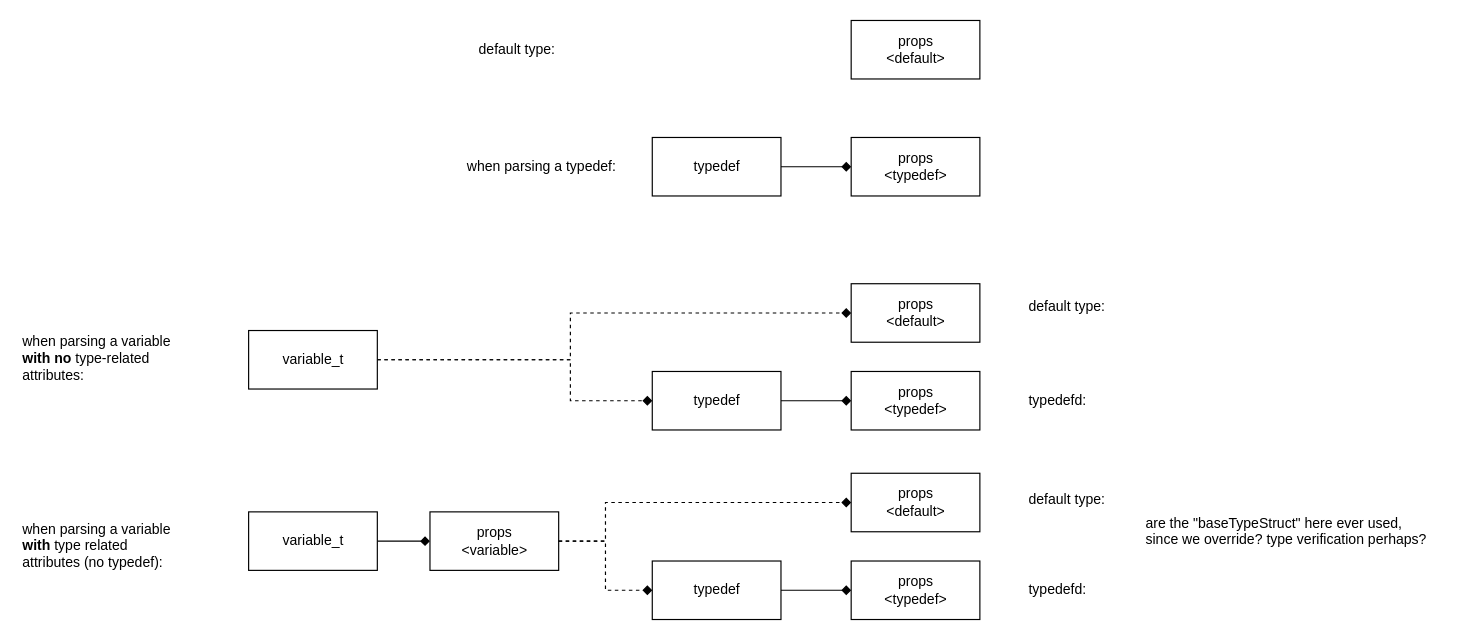
This is page "Page-4" (4 of 4) of dev/diagrams/diagrams.drawio from modelon-community/fmi-library, a draw.io file, before an edit. Source tidied: cells renumbered, new cells numbered last; positions are measured from the earlier drawing's top-left corner, leaving out a move shared by most shapes. Both pictures are drawn from the tidied source at 117%, with x=0, y=0 at pixel (20, 20).
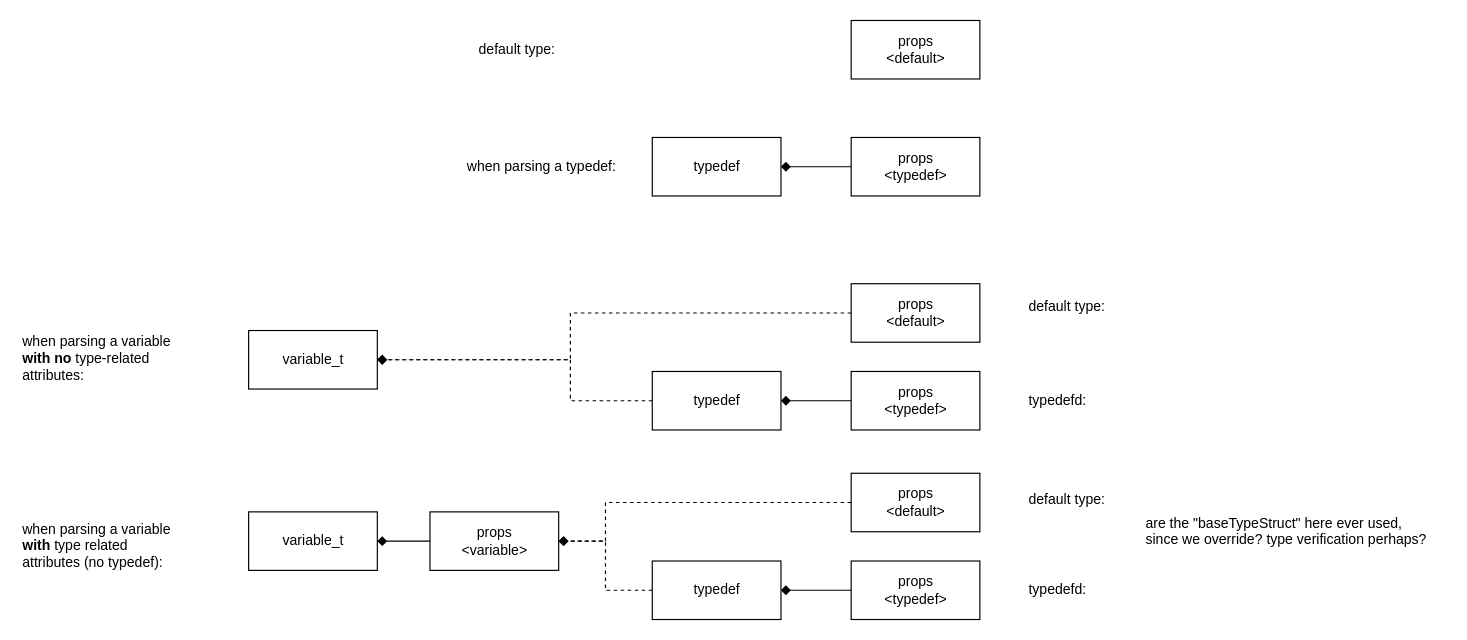
After the change.

Unchanged cells that the change refers to:
```xml
<mxCell id="3" value="&lt;span style=&quot;text-align: left&quot;&gt;typedef&lt;/span&gt;" style="html=1;" parent="1" vertex="1">
  <mxGeometry x="540" y="100" width="110" height="50" as="geometry" />
</mxCell>
<mxCell id="4" value="&lt;div&gt;&lt;span&gt;props&lt;/span&gt;&lt;/div&gt;&lt;div&gt;&lt;span&gt;&amp;lt;typedef&amp;gt;&lt;/span&gt;&lt;/div&gt;" style="html=1;align=center;" parent="1" vertex="1">
  <mxGeometry x="710" y="100" width="110" height="50" as="geometry" />
</mxCell>
<mxCell id="8" value="&lt;div&gt;&lt;span&gt;props&lt;/span&gt;&lt;/div&gt;&lt;div&gt;&lt;span&gt;&amp;lt;default&amp;gt;&lt;/span&gt;&lt;/div&gt;" style="html=1;align=center;" parent="1" vertex="1">
  <mxGeometry x="710" y="225" width="110" height="50" as="geometry" />
</mxCell>
<mxCell id="12" value="&lt;span style=&quot;text-align: left&quot;&gt;variable_t&lt;/span&gt;" style="html=1;" parent="1" vertex="1">
  <mxGeometry x="195" y="420" width="110" height="50" as="geometry" />
</mxCell>
<mxCell id="13" value="&lt;div&gt;&lt;span&gt;props&lt;/span&gt;&lt;/div&gt;&lt;div&gt;&lt;span&gt;&amp;lt;variable&amp;gt;&lt;/span&gt;&lt;/div&gt;" style="html=1;align=center;" parent="1" vertex="1">
  <mxGeometry x="350" y="420" width="110" height="50" as="geometry" />
</mxCell>
<mxCell id="17" value="&lt;span style=&quot;text-align: left&quot;&gt;typedef&lt;/span&gt;" style="html=1;" parent="1" vertex="1">
  <mxGeometry x="540" y="300" width="110" height="50" as="geometry" />
</mxCell>
<mxCell id="18" value="&lt;div&gt;&lt;span&gt;props&lt;/span&gt;&lt;/div&gt;&lt;div&gt;&lt;span&gt;&amp;lt;typedef&amp;gt;&lt;/span&gt;&lt;/div&gt;" style="html=1;align=center;" parent="1" vertex="1">
  <mxGeometry x="710" y="300" width="110" height="50" as="geometry" />
</mxCell>
<mxCell id="21" value="&lt;span style=&quot;text-align: left&quot;&gt;variable_t&lt;/span&gt;" style="html=1;" parent="1" vertex="1">
  <mxGeometry x="195" y="265" width="110" height="50" as="geometry" />
</mxCell>
<mxCell id="22" value="&lt;div&gt;&lt;span&gt;props&lt;/span&gt;&lt;/div&gt;&lt;div&gt;&lt;span&gt;&amp;lt;default&amp;gt;&lt;/span&gt;&lt;/div&gt;" style="html=1;align=center;" parent="1" vertex="1">
  <mxGeometry x="710" y="387" width="110" height="50" as="geometry" />
</mxCell>
<mxCell id="24" value="&lt;span style=&quot;text-align: left&quot;&gt;typedef&lt;/span&gt;" style="html=1;" parent="1" vertex="1">
  <mxGeometry x="540" y="462" width="110" height="50" as="geometry" />
</mxCell>
<mxCell id="25" value="&lt;div&gt;&lt;span&gt;props&lt;/span&gt;&lt;/div&gt;&lt;div&gt;&lt;span&gt;&amp;lt;typedef&amp;gt;&lt;/span&gt;&lt;/div&gt;" style="html=1;align=center;" parent="1" vertex="1">
  <mxGeometry x="710" y="462" width="110" height="50" as="geometry" />
</mxCell>
```

Diff of the diagram source:
```diff
@@
-    <mxCell id="2" style="edgeStyle=orthogonalEdgeStyle;rounded=0;jettySize=auto;html=1;endArrow=diamond;endFill=1;" parent="1" edge="1" source="3" target="4">
+    <mxCell id="2" style="edgeStyle=orthogonalEdgeStyle;rounded=0;jettySize=auto;html=1;endArrow=diamond;endFill=1;" parent="1" edge="1" source="4" target="3">
       <mxGeometry relative="1" as="geometry" />
     </mxCell>
@@
-    <mxCell id="11" style="edgeStyle=orthogonalEdgeStyle;rounded=0;jettySize=auto;html=1;endArrow=diamond;endFill=1;" parent="1" edge="1" source="12" target="13">
+    <mxCell id="11" style="edgeStyle=orthogonalEdgeStyle;rounded=0;jettySize=auto;html=1;endArrow=diamond;endFill=1;" parent="1" edge="1" source="13" target="12">
       <mxGeometry relative="1" as="geometry" />
     </mxCell>
@@
-    <mxCell id="16" style="edgeStyle=orthogonalEdgeStyle;rounded=0;jettySize=auto;html=1;endArrow=diamond;endFill=1;" parent="1" edge="1" source="17" target="18">
+    <mxCell id="16" style="edgeStyle=orthogonalEdgeStyle;rounded=0;jettySize=auto;html=1;endArrow=diamond;endFill=1;" parent="1" edge="1" source="18" target="17">
       <mxGeometry relative="1" as="geometry" />
     </mxCell>
@@
-    <mxCell id="19" style="edgeStyle=orthogonalEdgeStyle;rounded=0;jettySize=auto;html=1;endArrow=diamond;endFill=1;dashed=1;" parent="1" edge="1" source="21" target="8">
+    <mxCell id="19" style="edgeStyle=orthogonalEdgeStyle;rounded=0;jettySize=auto;html=1;endArrow=diamond;endFill=1;dashed=1;" parent="1" edge="1" source="8" target="21">
       <mxGeometry relative="1" as="geometry">
         <Array as="points">
+          <mxPoint x="470" y="250" />
           <mxPoint x="470" y="290" />
-          <mxPoint x="470" y="250" />
         </Array>
       </mxGeometry>
     </mxCell>
-    <mxCell id="20" style="edgeStyle=orthogonalEdgeStyle;rounded=0;jettySize=auto;html=1;endArrow=diamond;endFill=1;dashed=1;" parent="1" edge="1" source="21" target="17">
+    <mxCell id="20" style="edgeStyle=orthogonalEdgeStyle;rounded=0;jettySize=auto;html=1;endArrow=diamond;endFill=1;dashed=1;" parent="1" edge="1" source="17" target="21">
       <mxGeometry relative="1" as="geometry">
         <Array as="points">
+          <mxPoint x="470" y="325" />
           <mxPoint x="470" y="290" />
-          <mxPoint x="470" y="325" />
         </Array>
       </mxGeometry>
     </mxCell>
@@
-    <mxCell id="23" style="edgeStyle=orthogonalEdgeStyle;rounded=0;jettySize=auto;html=1;endArrow=diamond;endFill=1;" parent="1" edge="1" source="24" target="25">
+    <mxCell id="23" style="edgeStyle=orthogonalEdgeStyle;rounded=0;jettySize=auto;html=1;endArrow=diamond;endFill=1;" parent="1" edge="1" source="25" target="24">
       <mxGeometry relative="1" as="geometry" />
     </mxCell>
@@
-    <mxCell id="26" style="edgeStyle=orthogonalEdgeStyle;rounded=0;jettySize=auto;html=1;endArrow=diamond;endFill=1;dashed=1;" parent="1" edge="1" source="13" target="22">
+    <mxCell id="26" style="edgeStyle=orthogonalEdgeStyle;rounded=0;jettySize=auto;html=1;endArrow=diamond;endFill=1;dashed=1;" parent="1" edge="1" source="22" target="13">
       <mxGeometry relative="1" as="geometry">
         <Array as="points">
+          <mxPoint x="500" y="412" />
           <mxPoint x="500" y="445" />
-          <mxPoint x="500" y="412" />
         </Array>
       </mxGeometry>
     </mxCell>
-    <mxCell id="27" style="edgeStyle=orthogonalEdgeStyle;rounded=0;jettySize=auto;html=1;endArrow=diamond;endFill=1;dashed=1;" parent="1" edge="1" source="13" target="24">
+    <mxCell id="27" style="edgeStyle=orthogonalEdgeStyle;rounded=0;jettySize=auto;html=1;endArrow=diamond;endFill=1;dashed=1;" parent="1" edge="1" source="24" target="13">
       <mxGeometry relative="1" as="geometry" />
     </mxCell>
```
